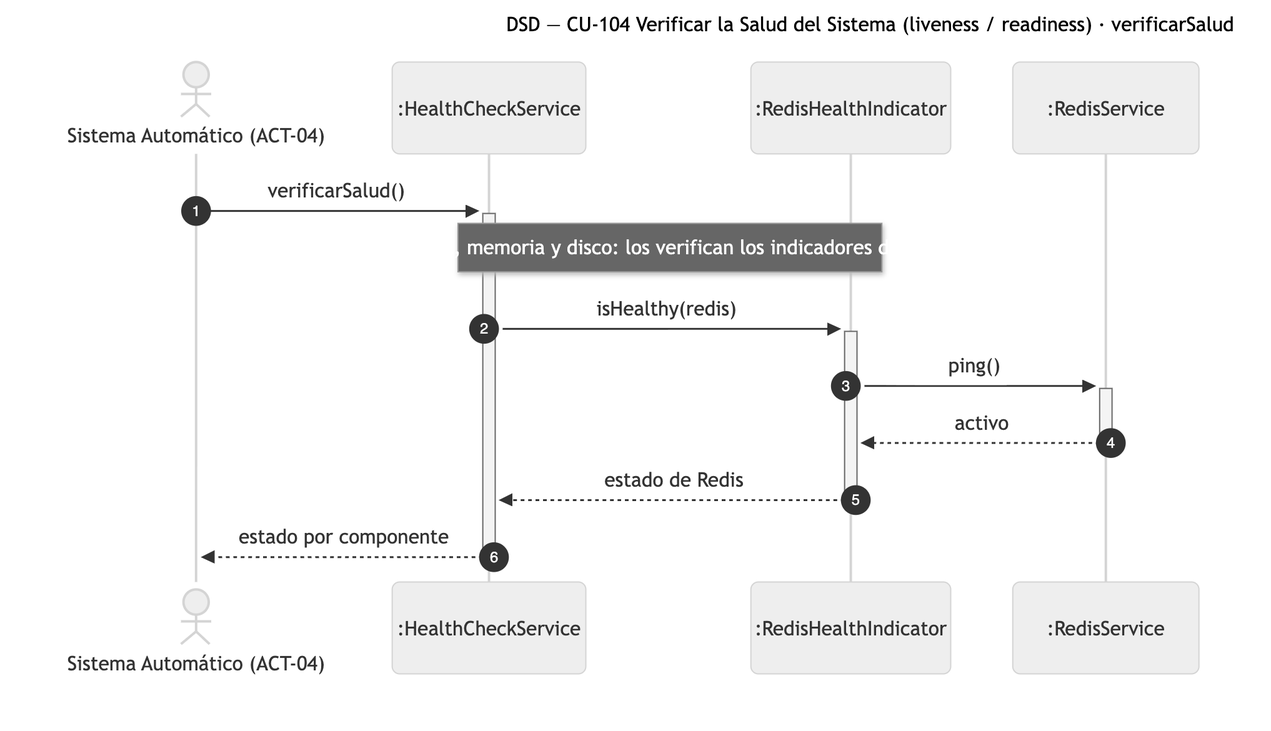
Before: diagramas/png/DSD_CU-104_verificarSalud.png, a diagram exported from Mermaid (Nahuelito-Dev/splg-docs). Its source is kept beside it as diagramas/DSD_CU-104_verificarSalud.mmd.
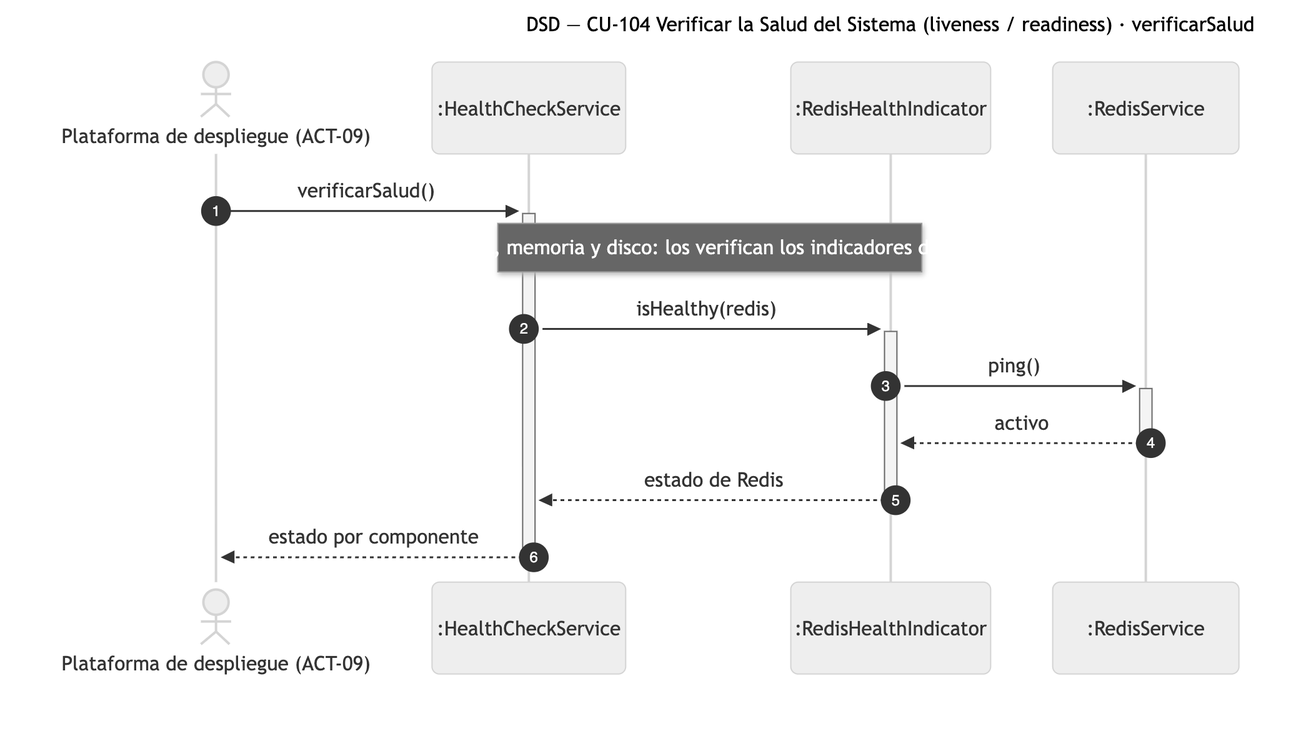
Above is the later version.

Change to the diagram source:
```diff
@@ -1,7 +1,7 @@
 sequenceDiagram
     title DSD — CU-104 Verificar la Salud del Sistema (liveness / readiness) · verificarSalud
     autonumber
-    actor SIS as Sistema Automático (ACT-04)
+    actor SIS as Plataforma de despliegue (ACT-09)
     participant HCS as :HealthCheckService
     participant RDH as :RedisHealthIndicator
     participant RDS as :RedisService
```
